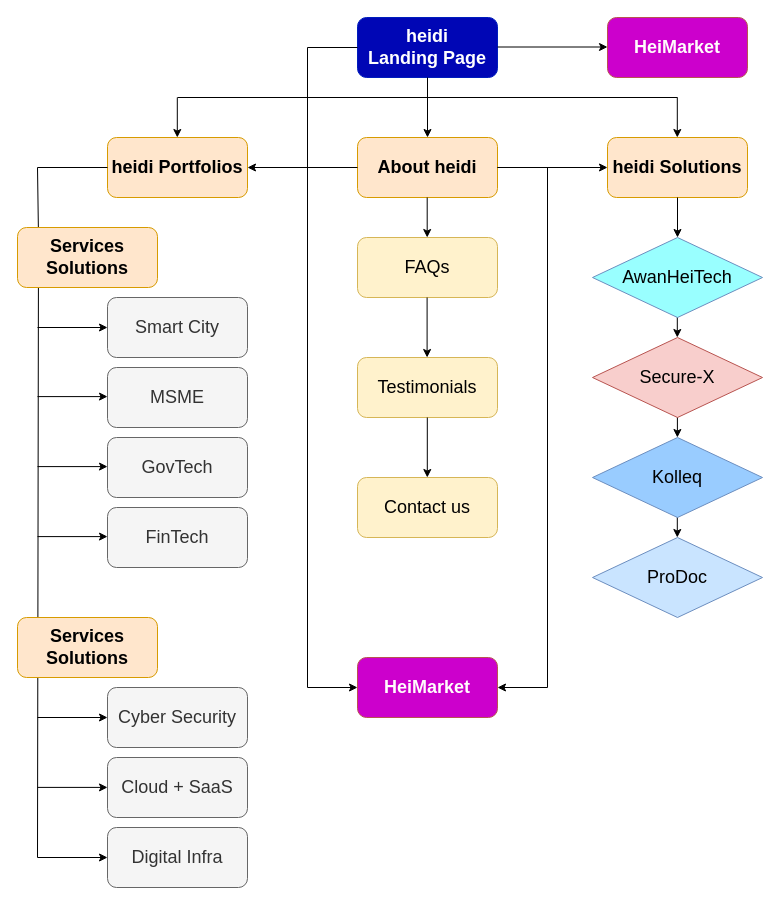
ameeridz/heidi keeps this draw.io diagram as heidi sitemap.drawio. Above is the earlier version. Source tidied: cells renumbered, new cells numbered last; positions are measured from the earlier drawing's top-left corner, leaving out a move shared by most shapes. Both pictures are drawn from the tidied source at 100%, with x=0, y=0 at pixel (17, 17).
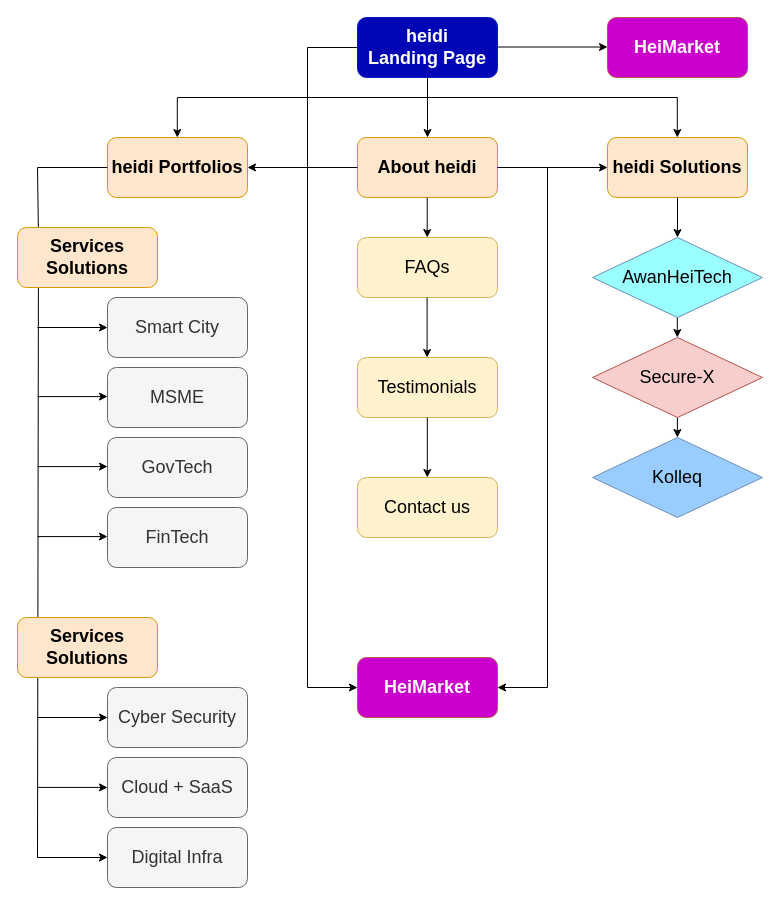
The same page after the edit.

Diff of the diagram source:
```diff
@@
-    <mxCell id="16" style="endArrow=classic;html=1;rounded=0;fontSize=18;exitX=0.5;exitY=1;exitDx=0;exitDy=0;" parent="1" edge="1">
-      <mxGeometry relative="1" as="geometry">
-        <mxPoint x="659.8" y="480" as="sourcePoint" />
-        <mxPoint x="659.8" y="520" as="targetPoint" />
-      </mxGeometry>
-    </mxCell>
@@
-    <mxCell id="35" value="ProDoc" style="rhombus;whiteSpace=wrap;html=1;fontSize=18;fillColor=#C9E4FF;strokeColor=#6c8ebf;" parent="1" vertex="1">
-      <mxGeometry x="575" y="520" width="170" height="80" as="geometry" />
-    </mxCell>
```
